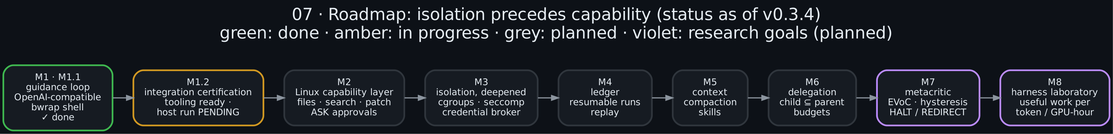
This is docs/diagrams/07_roadmap.png from danindiana/malyutka, a Graphviz export, as it was before one commit. Its source is kept beside it as docs/diagrams/07_roadmap.dot. Source of this version:
```dot
digraph roadmap {
    graph [bgcolor="#0d1117", rankdir=LR, fontname="Helvetica", fontcolor="#e6edf3", labelloc="t", fontsize=20,
           label="07 · Roadmap: isolation precedes capability (status as of v0.3.4)\ngreen: done · amber: in progress · grey: planned · violet: research goals (planned)\n ", nodesep=0.25, ranksep=0.35];
    node  [fontname="Helvetica", fontcolor="#e6edf3", color="#30363d", style="filled,rounded", shape=box, penwidth=2,
           margin="0.18,0.12", fillcolor="#161b22", fontsize=11];
    edge  [color="#8b949e", penwidth=1.4, arrowsize=0.8];

    m1  [label="M1 · M1.1\nguidance loop\nOpenAI-compatible\nbwrap shell\n✓ done", color="#3fb950"];
    m12 [label="M1.2\nintegration certification\ntooling ready ·\nhost run PENDING", color="#d29922"];
    m2  [label="M2\nLinux capability layer\nfiles · search · patch\nASK approvals", color="#30363d"];
    m3  [label="M3\nisolation, deepened\ncgroups · seccomp\ncredential broker", color="#30363d"];
    m4  [label="M4\nledger\nresumable runs\nreplay", color="#30363d"];
    m5  [label="M5\ncontext\ncompaction\nskills", color="#30363d"];
    m6  [label="M6\ndelegation\nchild ⊆ parent\nbudgets", color="#30363d"];
    m7  [label="M7\nmetacritic\nEVoC · hysteresis\nHALT / REDIRECT", color="#bc8cff"];
    m8  [label="M8\nharness laboratory\nuseful work per\ntoken / GPU-hour", color="#bc8cff"];
    m1 -> m12 -> m2 -> m3 -> m4 -> m5 -> m6 -> m7 -> m8;
}
```
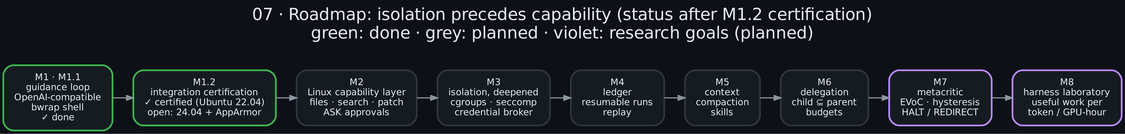
The same diagram one commit later.

Commit message:
M1.2 certified on a real host (Ubuntu 22.04, Nim 2.2.12, qwen3.5:27b)

Change to the diagram source:
```diff
@@ -1,12 +1,12 @@
 digraph roadmap {
     graph [bgcolor="#0d1117", rankdir=LR, fontname="Helvetica", fontcolor="#e6edf3", labelloc="t", fontsize=20,
-           label="07 · Roadmap: isolation precedes capability (status as of v0.3.4)\ngreen: done · amber: in progress · grey: planned · violet: research goals (planned)\n ", nodesep=0.25, ranksep=0.35];
+           label="07 · Roadmap: isolation precedes capability (status after M1.2 certification)\ngreen: done · grey: planned · violet: research goals (planned)\n ", nodesep=0.25, ranksep=0.35];
     node  [fontname="Helvetica", fontcolor="#e6edf3", color="#30363d", style="filled,rounded", shape=box, penwidth=2,
            margin="0.18,0.12", fillcolor="#161b22", fontsize=11];
     edge  [color="#8b949e", penwidth=1.4, arrowsize=0.8];
 
     m1  [label="M1 · M1.1\nguidance loop\nOpenAI-compatible\nbwrap shell\n✓ done", color="#3fb950"];
-    m12 [label="M1.2\nintegration certification\ntooling ready ·\nhost run PENDING", color="#d29922"];
+    m12 [label="M1.2\nintegration certification\n✓ certified (Ubuntu 22.04)\nopen: 24.04 + AppArmor", color="#3fb950"];
     m2  [label="M2\nLinux capability layer\nfiles · search · patch\nASK approvals", color="#30363d"];
     m3  [label="M3\nisolation, deepened\ncgroups · seccomp\ncredential broker", color="#30363d"];
     m4  [label="M4\nledger\nresumable runs\nreplay", color="#30363d"];
```
